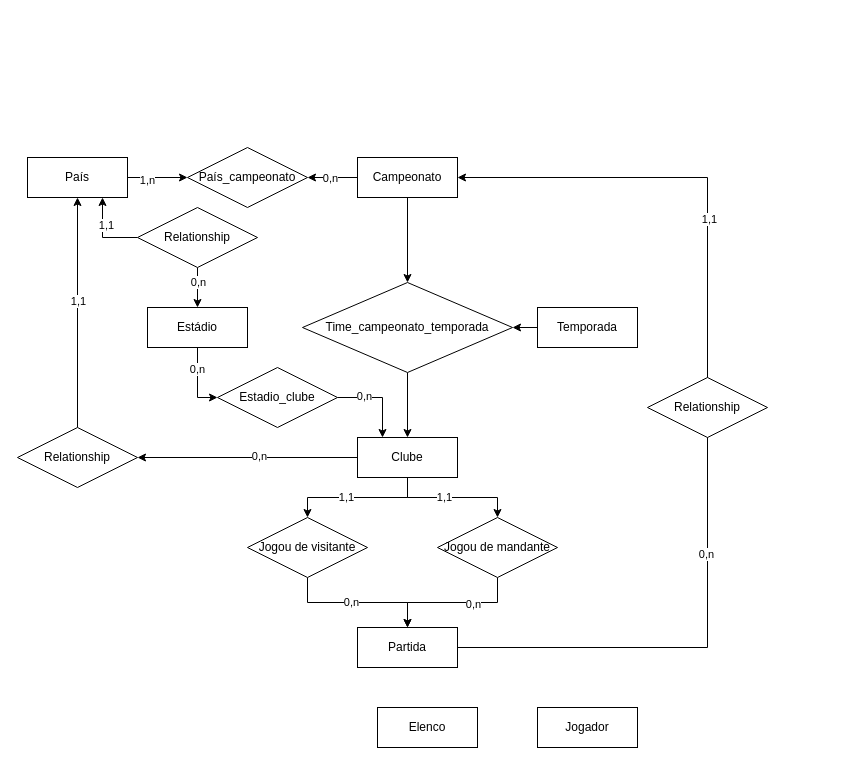
This is diagramas/database/modelagem.drawio from b4ra0/futeba, a draw.io file, before an edit. Source tidied: cells renumbered, new cells numbered last; positions are measured from the earlier drawing's top-left corner, leaving out a move shared by most shapes. Both pictures are drawn from the tidied source at 100%, with x=0, y=0 at pixel (17, 147).
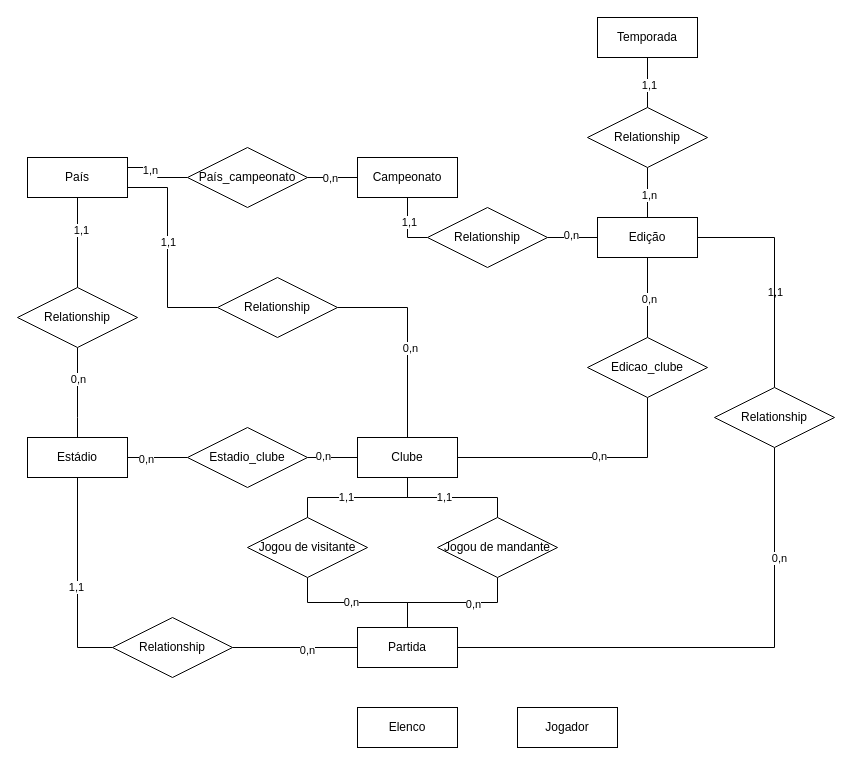
Above is the later version.

Unchanged cells that the change refers to:
```xml
<mxCell id="4" value="País" style="whiteSpace=wrap;html=1;align=center;" parent="1" vertex="1">
  <mxGeometry x="10" y="10" width="100" height="40" as="geometry" />
</mxCell>
<mxCell id="6" value="Campeonato" style="whiteSpace=wrap;html=1;align=center;" parent="1" vertex="1">
  <mxGeometry x="340" y="10" width="100" height="40" as="geometry" />
</mxCell>
<mxCell id="7" value="País_campeonato" style="shape=rhombus;perimeter=rhombusPerimeter;whiteSpace=wrap;html=1;align=center;" parent="1" vertex="1">
  <mxGeometry x="170" width="120" height="60" as="geometry" />
</mxCell>
<mxCell id="20" value="Clube" style="whiteSpace=wrap;html=1;align=center;" parent="1" vertex="1">
  <mxGeometry x="340" y="290" width="100" height="40" as="geometry" />
</mxCell>
<mxCell id="27" value="Partida" style="whiteSpace=wrap;html=1;align=center;" parent="1" vertex="1">
  <mxGeometry x="340" y="480" width="100" height="40" as="geometry" />
</mxCell>
<mxCell id="30" value="Jogou de visitante" style="shape=rhombus;perimeter=rhombusPerimeter;whiteSpace=wrap;html=1;align=center;" parent="1" vertex="1">
  <mxGeometry x="230" y="370" width="120" height="60" as="geometry" />
</mxCell>
<mxCell id="33" value="Jogou de mandante" style="shape=rhombus;perimeter=rhombusPerimeter;whiteSpace=wrap;html=1;align=center;" parent="1" vertex="1">
  <mxGeometry x="420" y="370" width="120" height="60" as="geometry" />
</mxCell>
```

Change to the diagram source:
```diff
@@
-    <mxCell id="2" style="edgeStyle=orthogonalEdgeStyle;rounded=0;jettySize=auto;html=1;" parent="1" edge="1" source="4" target="7">
+    <mxCell id="2" style="edgeStyle=orthogonalEdgeStyle;rounded=0;jettySize=auto;html=1;endArrow=none;endFill=0;exitX=1;exitY=0.25;exitDx=0;exitDy=0;" parent="1" edge="1" source="4" target="7">
       <mxGeometry relative="1" as="geometry" />
     </mxCell>
@@
-    <mxCell id="5" style="edgeStyle=orthogonalEdgeStyle;rounded=0;jettySize=auto;html=1;entryX=0.5;entryY=0;entryDx=0;entryDy=0;" parent="1" edge="1" source="6" target="13">
-      <mxGeometry relative="1" as="geometry" />
-    </mxCell>
+    <mxCell id="48" style="edgeStyle=orthogonalEdgeStyle;rounded=0;jettySize=auto;html=1;entryX=0;entryY=0.5;entryDx=0;entryDy=0;endArrow=none;endFill=0;" parent="1" edge="1" source="6" target="63">
+      <mxGeometry relative="1" as="geometry">
+        <Array as="points">
+          <mxPoint x="390" y="90" />
+        </Array>
+      </mxGeometry>
+    </mxCell>
+    <mxCell id="49" value="1,1" style="edgeLabel;html=1;align=center;verticalAlign=middle;" parent="48" vertex="1">
+      <mxGeometry x="-0.2" y="1" relative="1" as="geometry" />
+    </mxCell>
@@
-    <mxCell id="8" style="edgeStyle=orthogonalEdgeStyle;rounded=0;jettySize=auto;html=1;exitX=0;exitY=0.5;exitDx=0;exitDy=0;" parent="1" edge="1" source="6" target="7">
+    <mxCell id="8" style="edgeStyle=orthogonalEdgeStyle;rounded=0;jettySize=auto;html=1;exitX=0;exitY=0.5;exitDx=0;exitDy=0;endArrow=none;endFill=0;" parent="1" edge="1" source="6" target="7">
       <mxGeometry relative="1" as="geometry" />
     </mxCell>
@@
-    <mxCell id="10" style="edgeStyle=orthogonalEdgeStyle;rounded=0;jettySize=auto;html=1;entryX=1;entryY=0.5;entryDx=0;entryDy=0;" parent="1" edge="1" source="11" target="13">
-      <mxGeometry relative="1" as="geometry" />
-    </mxCell>
+    <mxCell id="50" style="edgeStyle=orthogonalEdgeStyle;rounded=0;jettySize=auto;html=1;entryX=0.5;entryY=0;entryDx=0;entryDy=0;endArrow=none;endFill=0;" parent="1" edge="1" source="11" target="66">
+      <mxGeometry relative="1" as="geometry" />
+    </mxCell>
+    <mxCell id="51" value="1,1" style="edgeLabel;html=1;align=center;verticalAlign=middle;" parent="50" vertex="1">
+      <mxGeometry x="0.07" y="1" relative="1" as="geometry" />
+    </mxCell>
     <mxCell id="11" value="Temporada" style="whiteSpace=wrap;html=1;align=center;" parent="1" vertex="1">
-      <mxGeometry x="520" y="160" width="100" height="40" as="geometry" />
+      <mxGeometry x="580" y="-130" width="100" height="40" as="geometry" />
     </mxCell>
-    <mxCell id="12" style="edgeStyle=orthogonalEdgeStyle;rounded=0;jettySize=auto;html=1;entryX=0.5;entryY=0;entryDx=0;entryDy=0;" parent="1" edge="1" source="13" target="20">
-      <mxGeometry relative="1" as="geometry" />
-    </mxCell>
-    <mxCell id="13" value="Time_campeonato_temporada" style="shape=rhombus;perimeter=rhombusPerimeter;whiteSpace=wrap;html=1;align=center;" parent="1" vertex="1">
-      <mxGeometry x="285" y="135" width="210" height="90" as="geometry" />
-    </mxCell>
-    <mxCell id="14" style="edgeStyle=orthogonalEdgeStyle;rounded=0;jettySize=auto;html=1;" parent="1" edge="1" source="20" target="23">
-      <mxGeometry relative="1" as="geometry" />
+    <mxCell id="14" style="edgeStyle=orthogonalEdgeStyle;rounded=0;jettySize=auto;html=1;endArrow=none;endFill=0;entryX=1;entryY=0.5;entryDx=0;entryDy=0;exitX=0.5;exitY=0;exitDx=0;exitDy=0;" parent="1" edge="1" source="20" target="23">
+      <mxGeometry relative="1" as="geometry">
+        <Array as="points">
+          <mxPoint x="390" y="160" />
+        </Array>
+      </mxGeometry>
     </mxCell>
@@
-    <mxCell id="16" style="edgeStyle=orthogonalEdgeStyle;rounded=0;jettySize=auto;html=1;entryX=0.5;entryY=0;entryDx=0;entryDy=0;" parent="1" edge="1" source="20" target="30">
+    <mxCell id="16" style="edgeStyle=orthogonalEdgeStyle;rounded=0;jettySize=auto;html=1;entryX=0.5;entryY=0;entryDx=0;entryDy=0;endArrow=none;endFill=0;" parent="1" edge="1" source="20" target="30">
       <mxGeometry relative="1" as="geometry" />
     </mxCell>
@@
-    <mxCell id="18" style="edgeStyle=orthogonalEdgeStyle;rounded=0;jettySize=auto;html=1;" parent="1" edge="1" source="20" target="33">
+    <mxCell id="18" style="edgeStyle=orthogonalEdgeStyle;rounded=0;jettySize=auto;html=1;endArrow=none;endFill=0;entryX=0.5;entryY=0;entryDx=0;entryDy=0;exitX=0.5;exitY=1;exitDx=0;exitDy=0;" parent="1" edge="1" source="20" target="33">
       <mxGeometry relative="1" as="geometry" />
     </mxCell>
@@
+    <mxCell id="52" style="edgeStyle=orthogonalEdgeStyle;rounded=0;jettySize=auto;html=1;entryX=0.5;entryY=1;entryDx=0;entryDy=0;endArrow=none;endFill=0;exitX=1;exitY=0.5;exitDx=0;exitDy=0;" parent="1" edge="1" source="20" target="69">
+      <mxGeometry relative="1" as="geometry" />
+    </mxCell>
+    <mxCell id="53" value="0,n" style="edgeLabel;html=1;align=center;verticalAlign=middle;" parent="52" vertex="1">
+      <mxGeometry x="0.13" y="2" relative="1" as="geometry" />
+    </mxCell>
@@
-    <mxCell id="21" style="edgeStyle=orthogonalEdgeStyle;rounded=0;jettySize=auto;html=1;" parent="1" edge="1" source="23" target="4">
-      <mxGeometry relative="1" as="geometry" />
+    <mxCell id="21" style="edgeStyle=orthogonalEdgeStyle;rounded=0;jettySize=auto;html=1;endArrow=none;endFill=0;exitX=0;exitY=0.5;exitDx=0;exitDy=0;entryX=1;entryY=0.75;entryDx=0;entryDy=0;" parent="1" edge="1" source="23" target="4">
+      <mxGeometry relative="1" as="geometry">
+        <Array as="points">
+          <mxPoint x="150" y="160" />
+          <mxPoint x="150" y="40" />
+        </Array>
+      </mxGeometry>
     </mxCell>
@@
     <mxCell id="23" value="Relationship" style="shape=rhombus;perimeter=rhombusPerimeter;whiteSpace=wrap;html=1;align=center;" parent="1" vertex="1">
-      <mxGeometry y="280" width="120" height="60" as="geometry" />
+      <mxGeometry x="200" y="130" width="120" height="60" as="geometry" />
     </mxCell>
-    <mxCell id="24" style="edgeStyle=orthogonalEdgeStyle;rounded=0;jettySize=auto;html=1;entryX=1;entryY=0.5;entryDx=0;entryDy=0;" parent="1" edge="1" source="27" target="6">
+    <mxCell id="24" style="edgeStyle=orthogonalEdgeStyle;rounded=0;jettySize=auto;html=1;entryX=0.5;entryY=1;entryDx=0;entryDy=0;endArrow=none;endFill=0;exitX=1;exitY=0.5;exitDx=0;exitDy=0;" parent="1" edge="1" source="27" target="39">
       <mxGeometry relative="1" as="geometry">
         <Array as="points">
-          <mxPoint x="690" y="500" />
-          <mxPoint x="690" y="30" />
+          <mxPoint x="757" y="500" />
         </Array>
       </mxGeometry>
     </mxCell>
     <mxCell id="25" value="1,1" style="edgeLabel;html=1;align=center;verticalAlign=middle;" parent="24" vertex="1">
-      <mxGeometry x="0.4" y="-1" relative="1" as="geometry" />
+      <mxGeometry x="0.4" y="-1" relative="1" as="geometry">
+        <mxPoint x="-1" y="-311" as="offset" />
+      </mxGeometry>
     </mxCell>
     <mxCell id="26" value="0,n" style="edgeLabel;html=1;align=center;verticalAlign=middle;" parent="24" vertex="1">
-      <mxGeometry x="-0.29" y="2" relative="1" as="geometry" />
+      <mxGeometry x="-0.29" y="2" relative="1" as="geometry">
+        <mxPoint x="137" y="-88" as="offset" />
+      </mxGeometry>
     </mxCell>
@@
-    <mxCell id="28" style="edgeStyle=orthogonalEdgeStyle;rounded=0;jettySize=auto;html=1;" parent="1" edge="1" source="30" target="27">
+    <mxCell id="28" style="edgeStyle=orthogonalEdgeStyle;rounded=0;jettySize=auto;html=1;endArrow=none;endFill=0;" parent="1" edge="1" source="30" target="27">
       <mxGeometry relative="1" as="geometry" />
     </mxCell>
@@
-    <mxCell id="31" style="edgeStyle=orthogonalEdgeStyle;rounded=0;jettySize=auto;html=1;" parent="1" edge="1" source="33" target="27">
+    <mxCell id="31" style="edgeStyle=orthogonalEdgeStyle;rounded=0;jettySize=auto;html=1;endArrow=none;endFill=0;entryX=0.5;entryY=0;entryDx=0;entryDy=0;exitX=0.5;exitY=1;exitDx=0;exitDy=0;" parent="1" edge="1" source="33" target="27">
       <mxGeometry relative="1" as="geometry" />
     </mxCell>
@@
     <mxCell id="34" value="Elenco" style="whiteSpace=wrap;html=1;align=center;" parent="1" vertex="1">
-      <mxGeometry x="360" y="560" width="100" height="40" as="geometry" />
+      <mxGeometry x="340" y="560" width="100" height="40" as="geometry" />
     </mxCell>
     <mxCell id="35" value="Jogador" style="whiteSpace=wrap;html=1;align=center;" parent="1" vertex="1">
-      <mxGeometry x="520" y="560" width="100" height="40" as="geometry" />
+      <mxGeometry x="500" y="560" width="100" height="40" as="geometry" />
     </mxCell>
-    <mxCell id="36" style="edgeStyle=orthogonalEdgeStyle;rounded=0;jettySize=auto;html=1;entryX=0;entryY=0.5;entryDx=0;entryDy=0;" parent="1" edge="1" source="38" target="42">
+    <mxCell id="36" style="edgeStyle=orthogonalEdgeStyle;rounded=0;jettySize=auto;html=1;entryX=0;entryY=0.5;entryDx=0;entryDy=0;endArrow=none;endFill=0;" parent="1" edge="1" source="38" target="42">
       <mxGeometry relative="1" as="geometry" />
     </mxCell>
@@
+    <mxCell id="54" style="edgeStyle=orthogonalEdgeStyle;rounded=0;jettySize=auto;html=1;exitX=0.5;exitY=1;exitDx=0;exitDy=0;entryX=0;entryY=0.5;entryDx=0;entryDy=0;endArrow=none;endFill=0;" parent="1" edge="1" source="38" target="59">
+      <mxGeometry relative="1" as="geometry">
+        <Array as="points">
+          <mxPoint x="60" y="500" />
+        </Array>
+      </mxGeometry>
+    </mxCell>
+    <mxCell id="55" value="1,1" style="edgeLabel;html=1;align=center;verticalAlign=middle;" parent="54" vertex="1">
+      <mxGeometry x="0.06" y="-2" relative="1" as="geometry" />
+    </mxCell>
     <mxCell id="38" value="Estádio" style="whiteSpace=wrap;html=1;align=center;" parent="1" vertex="1">
-      <mxGeometry x="130" y="160" width="100" height="40" as="geometry" />
+      <mxGeometry x="10" y="290" width="100" height="40" as="geometry" />
     </mxCell>
+    <mxCell id="56" style="edgeStyle=orthogonalEdgeStyle;rounded=0;jettySize=auto;html=1;entryX=1;entryY=0.5;entryDx=0;entryDy=0;endArrow=none;endFill=0;exitX=0.5;exitY=0;exitDx=0;exitDy=0;" parent="1" edge="1" source="39" target="60">
+      <mxGeometry relative="1" as="geometry">
+        <Array as="points">
+          <mxPoint x="757" y="90" />
+        </Array>
+      </mxGeometry>
+    </mxCell>
     <mxCell id="39" value="Relationship" style="shape=rhombus;perimeter=rhombusPerimeter;whiteSpace=wrap;html=1;align=center;" parent="1" vertex="1">
-      <mxGeometry x="630" y="230" width="120" height="60" as="geometry" />
+      <mxGeometry x="697" y="240" width="120" height="60" as="geometry" />
     </mxCell>
-    <mxCell id="40" style="edgeStyle=orthogonalEdgeStyle;rounded=0;jettySize=auto;html=1;entryX=0.25;entryY=0;entryDx=0;entryDy=0;" parent="1" edge="1" source="42" target="20">
+    <mxCell id="40" style="edgeStyle=orthogonalEdgeStyle;rounded=0;jettySize=auto;html=1;entryX=0;entryY=0.5;entryDx=0;entryDy=0;endArrow=none;endFill=0;" parent="1" edge="1" source="42" target="20">
       <mxGeometry relative="1" as="geometry" />
     </mxCell>
@@
     <mxCell id="42" value="Estadio_clube" style="shape=rhombus;perimeter=rhombusPerimeter;whiteSpace=wrap;html=1;align=center;" parent="1" vertex="1">
-      <mxGeometry x="200" y="220" width="120" height="60" as="geometry" />
+      <mxGeometry x="170" y="280" width="120" height="60" as="geometry" />
     </mxCell>
-    <mxCell id="43" style="edgeStyle=orthogonalEdgeStyle;rounded=0;jettySize=auto;html=1;entryX=0.5;entryY=0;entryDx=0;entryDy=0;" parent="1" edge="1" source="47" target="38">
-      <mxGeometry relative="1" as="geometry" />
+    <mxCell id="43" style="edgeStyle=orthogonalEdgeStyle;rounded=0;jettySize=auto;html=1;entryX=0.5;entryY=0;entryDx=0;entryDy=0;endArrow=none;endFill=0;" parent="1" edge="1" source="47" target="38">
+      <mxGeometry relative="1" as="geometry">
+        <Array as="points">
+          <mxPoint x="60" y="270" />
+        </Array>
+      </mxGeometry>
     </mxCell>
@@
-    <mxCell id="45" style="edgeStyle=orthogonalEdgeStyle;rounded=0;jettySize=auto;html=1;entryX=0.75;entryY=1;entryDx=0;entryDy=0;" parent="1" edge="1" source="47" target="4">
+    <mxCell id="45" style="edgeStyle=orthogonalEdgeStyle;rounded=0;jettySize=auto;html=1;entryX=0.5;entryY=1;entryDx=0;entryDy=0;endArrow=none;endFill=0;" parent="1" edge="1" source="47" target="4">
       <mxGeometry relative="1" as="geometry" />
     </mxCell>
@@
     <mxCell id="47" value="Relationship" style="shape=rhombus;perimeter=rhombusPerimeter;whiteSpace=wrap;html=1;align=center;" parent="1" vertex="1">
-      <mxGeometry x="120" y="60" width="120" height="60" as="geometry" />
+      <mxGeometry y="140" width="120" height="60" as="geometry" />
     </mxCell>
+    <mxCell id="57" style="edgeStyle=orthogonalEdgeStyle;rounded=0;jettySize=auto;html=1;entryX=0;entryY=0.5;entryDx=0;entryDy=0;endArrow=none;endFill=0;" parent="1" edge="1" source="59" target="27">
+      <mxGeometry relative="1" as="geometry" />
+    </mxCell>
+    <mxCell id="58" value="0,n" style="edgeLabel;html=1;align=center;verticalAlign=middle;" parent="57" vertex="1">
+      <mxGeometry x="0.19" y="-2" relative="1" as="geometry" />
+    </mxCell>
+    <mxCell id="59" value="Relationship" style="shape=rhombus;perimeter=rhombusPerimeter;whiteSpace=wrap;html=1;align=center;" parent="1" vertex="1">
+      <mxGeometry x="95" y="470" width="120" height="60" as="geometry" />
+    </mxCell>
+    <mxCell id="60" value="Edição" style="whiteSpace=wrap;html=1;align=center;" parent="1" vertex="1">
+      <mxGeometry x="580" y="70" width="100" height="40" as="geometry" />
+    </mxCell>
+    <mxCell id="61" style="edgeStyle=orthogonalEdgeStyle;rounded=0;jettySize=auto;html=1;entryX=0;entryY=0.5;entryDx=0;entryDy=0;endArrow=none;endFill=0;exitX=1;exitY=0.5;exitDx=0;exitDy=0;" parent="1" edge="1" source="63" target="60">
+      <mxGeometry relative="1" as="geometry" />
+    </mxCell>
+    <mxCell id="62" value="0,n" style="edgeLabel;html=1;align=center;verticalAlign=middle;" parent="61" vertex="1">
+      <mxGeometry x="-0.1" relative="1" as="geometry">
+        <mxPoint y="-3" as="offset" />
+      </mxGeometry>
+    </mxCell>
+    <mxCell id="63" value="Relationship" style="shape=rhombus;perimeter=rhombusPerimeter;whiteSpace=wrap;html=1;align=center;" parent="1" vertex="1">
+      <mxGeometry x="410" y="60" width="120" height="60" as="geometry" />
+    </mxCell>
+    <mxCell id="64" style="edgeStyle=orthogonalEdgeStyle;rounded=0;jettySize=auto;html=1;entryX=0.5;entryY=0;entryDx=0;entryDy=0;endArrow=none;endFill=0;" parent="1" edge="1" source="66" target="60">
+      <mxGeometry relative="1" as="geometry" />
+    </mxCell>
+    <mxCell id="65" value="1,n" style="edgeLabel;html=1;align=center;verticalAlign=middle;" parent="64" vertex="1">
+      <mxGeometry x="0.08" y="1" relative="1" as="geometry" />
+    </mxCell>
+    <mxCell id="66" value="Relationship" style="shape=rhombus;perimeter=rhombusPerimeter;whiteSpace=wrap;html=1;align=center;" parent="1" vertex="1">
+      <mxGeometry x="570" y="-40" width="120" height="60" as="geometry" />
+    </mxCell>
+    <mxCell id="67" style="edgeStyle=orthogonalEdgeStyle;rounded=0;jettySize=auto;html=1;entryX=0.5;entryY=1;entryDx=0;entryDy=0;endArrow=none;endFill=0;exitX=0.5;exitY=0;exitDx=0;exitDy=0;" parent="1" edge="1" source="69" target="60">
+      <mxGeometry relative="1" as="geometry" />
+    </mxCell>
+    <mxCell id="68" value="0,n" style="edgeLabel;html=1;align=center;verticalAlign=middle;" parent="67" vertex="1">
+      <mxGeometry x="-0.02" y="-1" relative="1" as="geometry" />
+    </mxCell>
+    <mxCell id="69" value="Edicao_clube" style="shape=rhombus;perimeter=rhombusPerimeter;whiteSpace=wrap;html=1;align=center;" parent="1" vertex="1">
+      <mxGeometry x="570" y="190" width="120" height="60" as="geometry" />
+    </mxCell>
```
